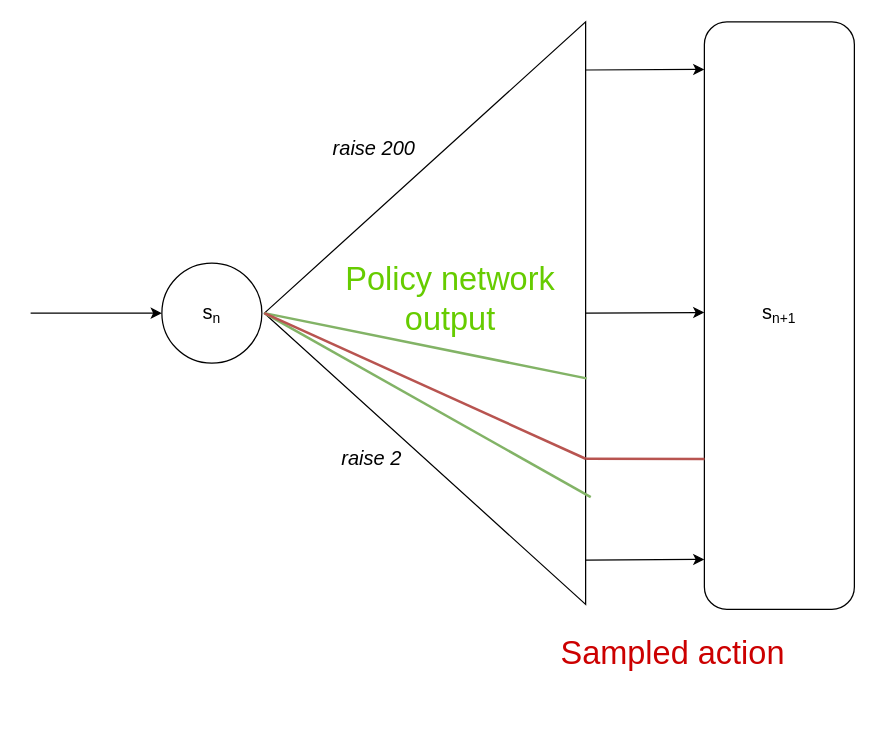
Above: defense/sac3.drawio in Orpheon/All-in (draw.io), before the change. Source tidied: cells renumbered, new cells numbered last; positions are measured from the earlier drawing's top-left corner, leaving out a move shared by most shapes. Both pictures are drawn from the tidied source at 125%, with x=0, y=0 at pixel (30, 21).
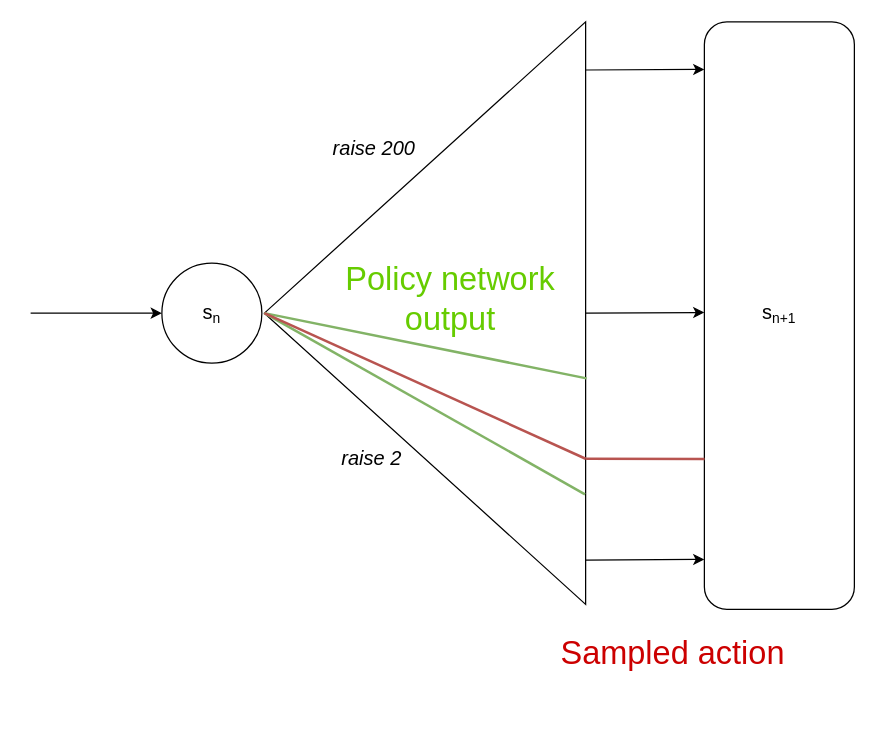
Above is the later version.

The change refers to these unchanged cells:
```xml
<mxCell id="7" style="triangle;whiteSpace=wrap;html=1;rotation=-180;" parent="1" vertex="1">
  <mxGeometry x="187" width="257" height="466" as="geometry" />
</mxCell>
```

Diff of the diagram source:
```diff
@@
-    <mxCell id="14" style="endArrow=none;html=1;strokeWidth=2;exitX=1;exitY=0.5;exitDx=0;exitDy=0;entryX=-0.016;entryY=0.184;entryDx=0;entryDy=0;entryPerimeter=0;fillColor=#d5e8d4;strokeColor=#82b366;" parent="1" edge="1" source="7" target="7">
+    <mxCell id="14" style="endArrow=none;html=1;strokeWidth=2;exitX=1;exitY=0.5;exitDx=0;exitDy=0;entryX=0.002;entryY=0.189;entryDx=0;entryDy=0;entryPerimeter=0;fillColor=#d5e8d4;strokeColor=#82b366;" parent="1" edge="1" source="7" target="7">
       <mxGeometry relative="1" as="geometry" />
     </mxCell>
```
